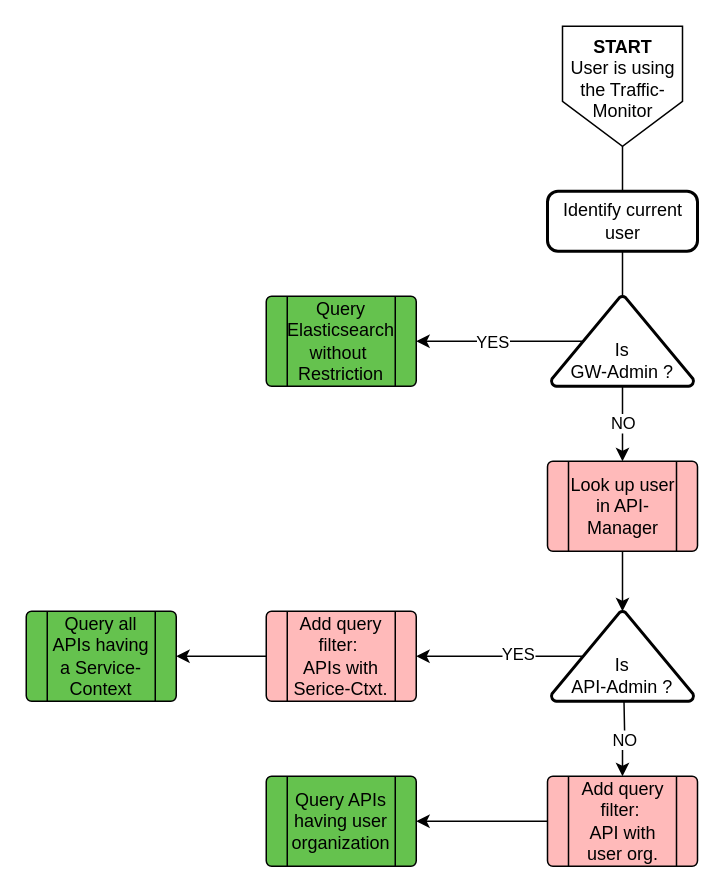
Above: page "Traffic-Restriction" (1 of 3) of imgs/Flexible-User-AuthZ.drawio in Axway-API-Management-Plus/apigateway-openlogging-elk (draw.io), before the change. Source tidied: cells renumbered, new cells numbered last; positions are measured from the earlier drawing's top-left corner, leaving out a move shared by most shapes. Both pictures are drawn from the tidied source at 150%, with x=0, y=0 at pixel (26, 26).
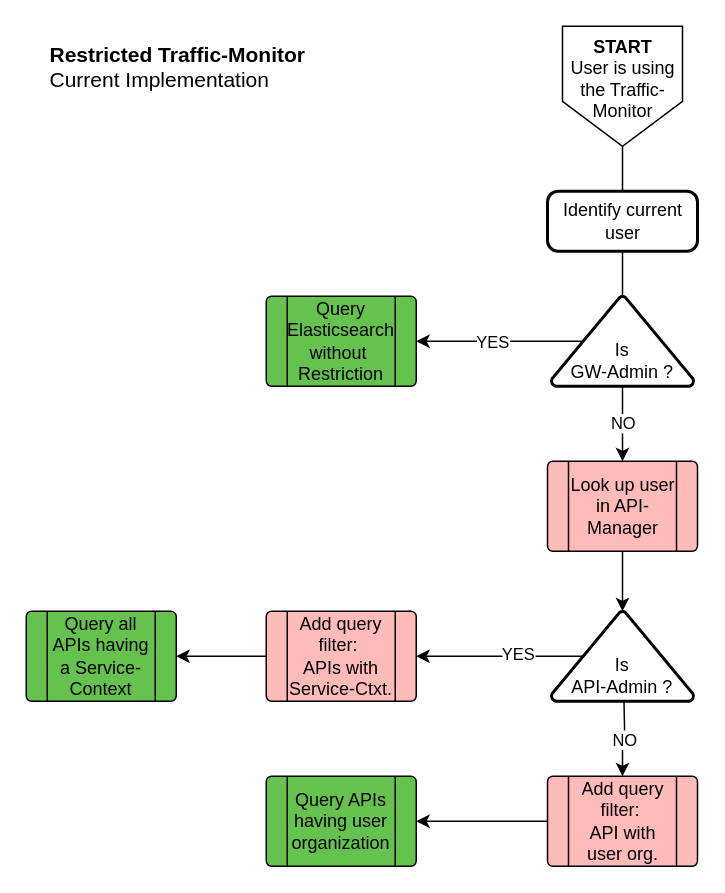
After the change.

Diff of the diagram source:
```diff
@@
-    <mxCell id="20" value="Add query filter:&amp;nbsp;&lt;br&gt;APIs with Serice-Ctxt." style="verticalLabelPosition=middle;verticalAlign=middle;html=1;shape=process;whiteSpace=wrap;rounded=1;size=0.14;arcSize=6;labelPosition=center;align=center;fillColor=#FFBABA;" parent="1" vertex="1">
+    <mxCell id="20" value="Add query filter:&amp;nbsp;&lt;br&gt;APIs with Service-Ctxt." style="verticalLabelPosition=middle;verticalAlign=middle;html=1;shape=process;whiteSpace=wrap;rounded=1;size=0.14;arcSize=6;labelPosition=center;align=center;fillColor=#FFBABA;" parent="1" vertex="1">
       <mxGeometry x="160" y="390" width="100" height="60" as="geometry" />
     </mxCell>
@@
+    <mxCell id="23" value="&lt;b&gt;Restricted Traffic-Monitor&lt;/b&gt;&lt;br&gt;Current Implementation" style="text;html=1;strokeColor=none;fillColor=none;align=left;verticalAlign=top;whiteSpace=wrap;rounded=0;fontSize=14;" parent="1" vertex="1">
+      <mxGeometry x="14" y="4" width="187" height="64" as="geometry" />
+    </mxCell>
```
